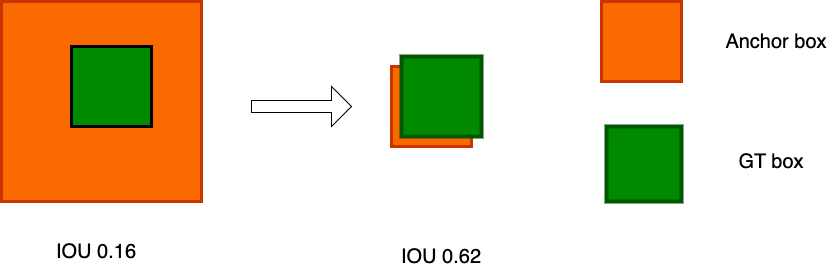
Before: problem.png, a diagram exported from draw.io (johnran103/diagrams). Source tidied: cells renumbered, new cells last; positions are measured from the earlier drawing's top-left corner, leaving out a move shared by most shapes.
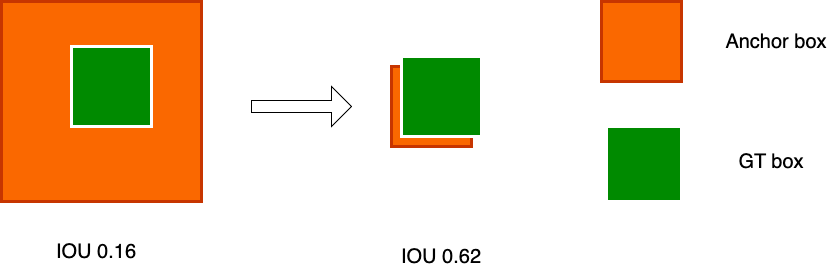
Later version of the same file.

Change to the diagram source:
```diff
@@ -8,13 +8,13 @@
     <mxCell id="3" style="shape=singleArrow;whiteSpace=wrap;html=1;" parent="1" vertex="1">
       <mxGeometry x="250" y="85" width="100" height="40" as="geometry" />
     </mxCell>
-    <mxCell id="4" style="whiteSpace=wrap;html=1;fillColor=#008a00;strokeColor=#000000;fontColor=#ffffff;strokeWidth=3;" parent="1" vertex="1">
+    <mxCell id="4" style="whiteSpace=wrap;html=1;fillColor=#008a00;strokeColor=#FFFFFF;fontColor=#ffffff;strokeWidth=3;" parent="1" vertex="1">
       <mxGeometry x="70" y="45" width="80" height="80" as="geometry" />
     </mxCell>
     <mxCell id="5" style="whiteSpace=wrap;html=1;fillColor=#fa6800;strokeColor=#C73500;strokeWidth=3;fontColor=#000000;" parent="1" vertex="1">
       <mxGeometry x="390" y="65" width="80" height="80" as="geometry" />
     </mxCell>
-    <mxCell id="6" style="whiteSpace=wrap;html=1;fillColor=#008a00;strokeColor=#005700;strokeWidth=4;fontColor=#ffffff;" parent="1" vertex="1">
+    <mxCell id="6" style="whiteSpace=wrap;html=1;fillColor=#008a00;strokeColor=#FFFFFF;strokeWidth=3;fontColor=#ffffff;" parent="1" vertex="1">
       <mxGeometry x="400" y="55" width="80" height="80" as="geometry" />
     </mxCell>
     <mxCell id="7" value="&lt;font style=&quot;font-size: 20px;&quot;&gt;IOU 0.16&lt;/font&gt;" style="text;html=1;strokeColor=none;fillColor=none;align=center;verticalAlign=middle;whiteSpace=wrap;rounded=0;" parent="1" vertex="1">
@@ -29,7 +29,7 @@
     <mxCell id="10" value="&lt;font style=&quot;font-size: 20px;&quot;&gt;Anchor box&lt;/font&gt;" style="text;html=1;strokeColor=none;fillColor=none;align=center;verticalAlign=middle;whiteSpace=wrap;rounded=0;" parent="1" vertex="1">
       <mxGeometry x="720" y="25" width="110" height="30" as="geometry" />
     </mxCell>
-    <mxCell id="11" style="whiteSpace=wrap;html=1;fillColor=#008a00;strokeColor=#005700;strokeWidth=4;fontColor=#ffffff;" parent="1" vertex="1">
+    <mxCell id="11" style="whiteSpace=wrap;html=1;fillColor=#008a00;strokeColor=#FFFFFF;strokeWidth=3;fontColor=#ffffff;" parent="1" vertex="1">
       <mxGeometry x="605" y="125" width="75" height="75" as="geometry" />
     </mxCell>
     <mxCell id="12" value="&lt;font style=&quot;font-size: 20px;&quot;&gt;GT box&lt;/font&gt;" style="text;html=1;strokeColor=none;fillColor=none;align=center;verticalAlign=middle;whiteSpace=wrap;rounded=0;" parent="1" vertex="1">
```
